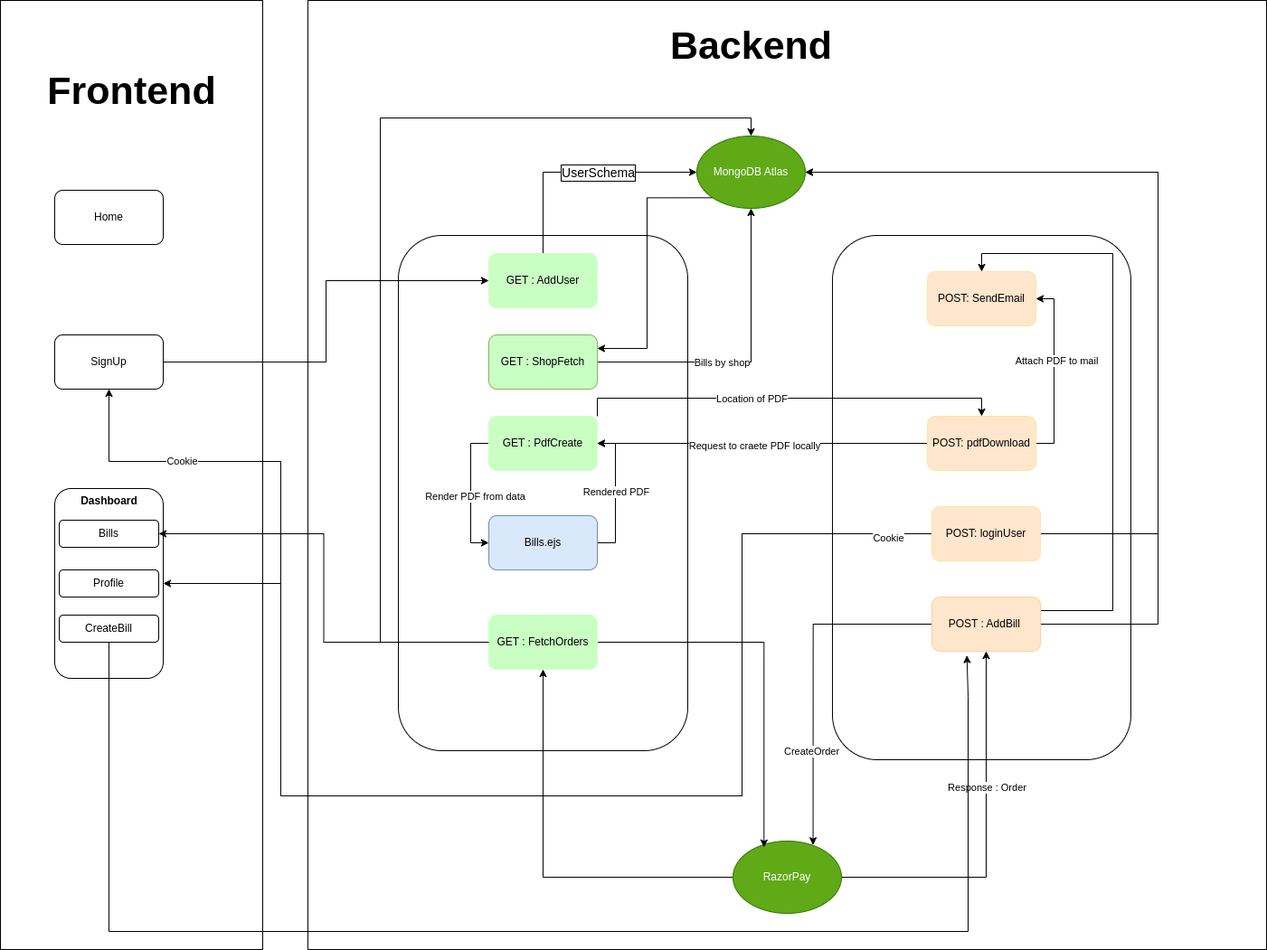
Before: AutoBilling.drawio.png, a diagram exported from draw.io (ohmvaghela/AutoBilling). Source tidied: cells renumbered, new cells last; positions are measured from the earlier drawing's top-left corner, leaving out a move shared by most shapes.
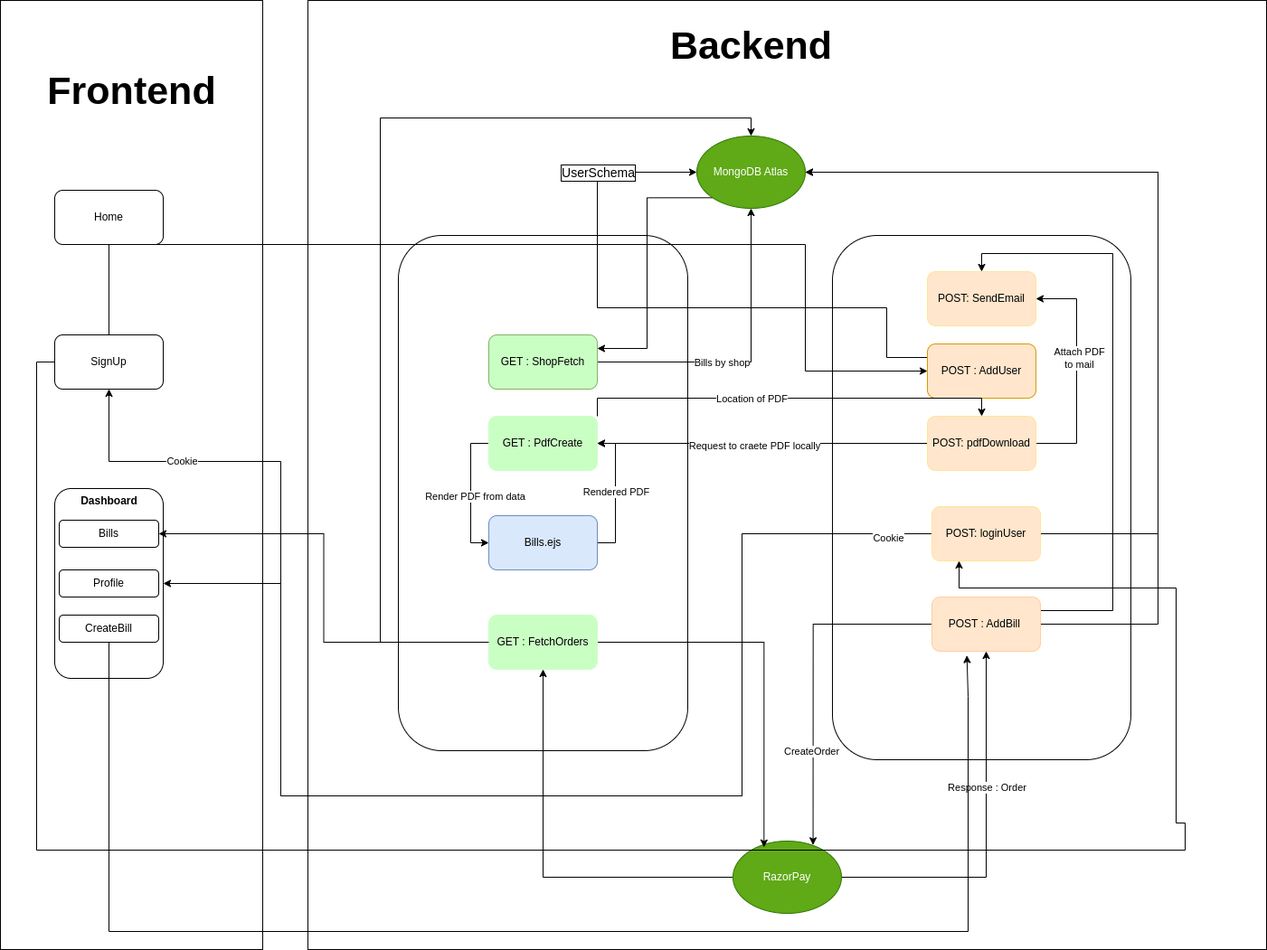
Later version of the same file.

Diff of the diagram source:
```diff
@@ -14,11 +14,17 @@
     <mxCell id="5" style="rounded=1;whiteSpace=wrap;html=1;fillColor=none;" parent="1" vertex="1">
       <mxGeometry x="440" y="260" width="320" height="570" as="geometry" />
     </mxCell>
-    <mxCell id="6" style="edgeStyle=orthogonalEdgeStyle;rounded=0;jettySize=auto;html=1;entryX=0;entryY=0.5;entryDx=0;entryDy=0;exitX=0.5;exitY=0;exitDx=0;exitDy=0;" parent="1" edge="1" source="7" target="9">
-      <mxGeometry relative="1" as="geometry" />
+    <mxCell id="6" style="edgeStyle=orthogonalEdgeStyle;rounded=0;jettySize=auto;html=1;entryX=0;entryY=0.5;entryDx=0;entryDy=0;exitX=0;exitY=0.25;exitDx=0;exitDy=0;" parent="1" edge="1" source="7" target="9">
+      <mxGeometry relative="1" as="geometry">
+        <Array as="points">
+          <mxPoint x="980" y="340" />
+          <mxPoint x="660" y="340" />
+          <mxPoint x="660" y="190" />
+        </Array>
+      </mxGeometry>
     </mxCell>
-    <mxCell id="7" value="GET : AddUser" style="rounded=1;whiteSpace=wrap;html=1;fillColor=#CAFFC4;strokeColor=#CAFFC4;" parent="1" vertex="1">
-      <mxGeometry x="540" y="280" width="120" height="60" as="geometry" />
+    <mxCell id="7" value="POST : AddUser" style="rounded=1;whiteSpace=wrap;html=1;fillColor=#ffe6cc;strokeColor=#d79b00;" parent="1" vertex="1">
+      <mxGeometry x="1025" y="380" width="120" height="60" as="geometry" />
     </mxCell>
     <mxCell id="8" style="edgeStyle=orthogonalEdgeStyle;rounded=0;jettySize=auto;html=1;exitX=0;exitY=1;exitDx=0;exitDy=0;entryX=1;entryY=0.25;entryDx=0;entryDy=0;" parent="1" edge="1" source="9" target="39">
       <mxGeometry relative="1" as="geometry" />
@@ -143,9 +149,14 @@
       <mxGeometry x="0.05" y="2" relative="1" as="geometry" />
     </mxCell>
     <mxCell id="34" style="edgeStyle=orthogonalEdgeStyle;rounded=0;jettySize=auto;html=1;entryX=1;entryY=0.5;entryDx=0;entryDy=0;exitX=1;exitY=0.5;exitDx=0;exitDy=0;" parent="1" edge="1" source="36" target="41">
-      <mxGeometry relative="1" as="geometry" />
+      <mxGeometry relative="1" as="geometry">
+        <Array as="points">
+          <mxPoint x="1190" y="490" />
+          <mxPoint x="1190" y="330" />
+        </Array>
+      </mxGeometry>
     </mxCell>
-    <mxCell id="35" value="Attach PDF to mail" style="edgeLabel;html=1;align=center;verticalAlign=middle;" parent="34" vertex="1">
+    <mxCell id="35" value="Attach PDF &lt;br&gt;to mail" style="edgeLabel;html=1;align=center;verticalAlign=middle;" parent="34" vertex="1">
       <mxGeometry x="0.12" y="-2" relative="1" as="geometry" />
     </mxCell>
     <mxCell id="36" value="POST: pdfDownload" style="rounded=1;whiteSpace=wrap;html=1;fillColor=#ffe6cc;strokeColor=#FFE599;" parent="1" vertex="1">
@@ -197,8 +208,27 @@
       <mxGeometry x="60" y="210" width="120" height="60" as="geometry" />
     </mxCell>
     <mxCell id="50" style="edgeStyle=orthogonalEdgeStyle;rounded=0;jettySize=auto;html=1;entryX=0;entryY=0.5;entryDx=0;entryDy=0;" parent="1" edge="1" source="51" target="7">
-      <mxGeometry relative="1" as="geometry" />
+      <mxGeometry relative="1" as="geometry">
+        <Array as="points">
+          <mxPoint x="120" y="270" />
+          <mxPoint x="890" y="270" />
+          <mxPoint x="890" y="410" />
+        </Array>
+      </mxGeometry>
     </mxCell>
+    <mxCell id="59" style="edgeStyle=orthogonalEdgeStyle;rounded=0;jettySize=auto;html=1;entryX=0.25;entryY=1;entryDx=0;entryDy=0;" parent="1" edge="1" source="51" target="23">
+      <mxGeometry relative="1" as="geometry">
+        <Array as="points">
+          <mxPoint x="40" y="400" />
+          <mxPoint x="40" y="940" />
+          <mxPoint x="1310" y="940" />
+          <mxPoint x="1310" y="910" />
+          <mxPoint x="1300" y="910" />
+          <mxPoint x="1300" y="650" />
+          <mxPoint x="1060" y="650" />
+        </Array>
+      </mxGeometry>
+    </mxCell>
     <mxCell id="51" value="SignUp" style="rounded=1;whiteSpace=wrap;html=1;" parent="1" vertex="1">
       <mxGeometry x="60" y="370" width="120" height="60" as="geometry" />
     </mxCell>
```
